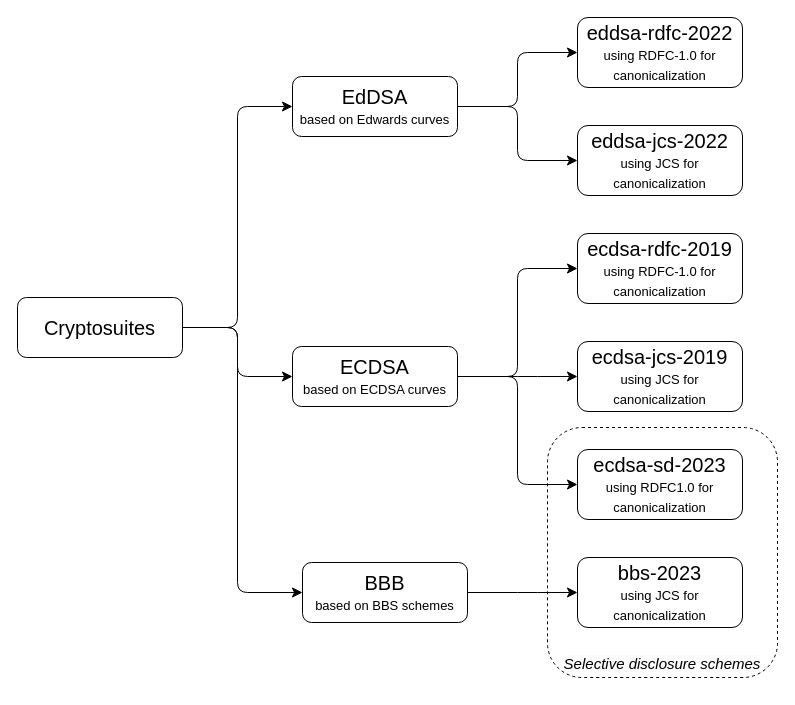
Above: diagrams/cryptosuites.drawio in w3c/vc-overview (draw.io), before the change. Source tidied: cells renumbered, new cells numbered last; positions are measured from the earlier drawing's top-left corner, leaving out a move shared by most shapes. Both pictures are drawn from the tidied source at 100%, with x=0, y=0 at pixel (17, 17).
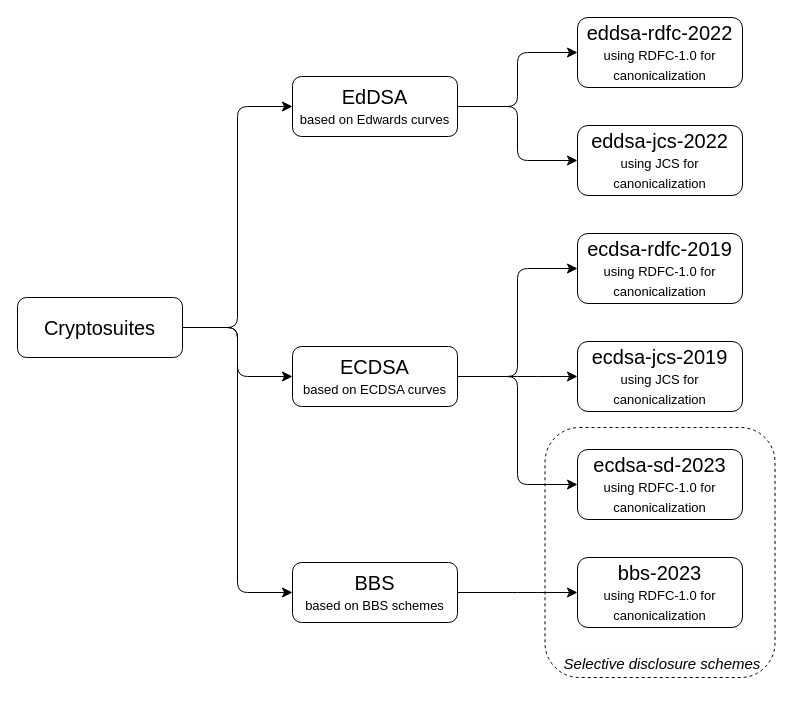
The same page after the edit.

Commit message (it also covers changes not shown here):
Errors in the cryptosuites diagram

What changed in the source:
```diff
@@
+    <mxCell id="22" style="rounded=1;whiteSpace=wrap;html=1;fontSize=16;fillColor=none;dashed=1;labelBackgroundColor=none;" parent="1" vertex="1">
+      <mxGeometry x="527.5" y="410" width="230" height="250" as="geometry" />
+    </mxCell>
@@
-    <mxCell id="6" value="&lt;div&gt;&lt;span style=&quot;background-color: initial; font-size: 20px;&quot;&gt;BBB&lt;/span&gt;&lt;/div&gt;&lt;div&gt;&lt;span style=&quot;background-color: initial; font-size: 13px;&quot;&gt;based on BBS schemes&lt;/span&gt;&lt;/div&gt;" style="rounded=1;whiteSpace=wrap;html=1;fontSize=16;labelBackgroundColor=none;fillColor=none;" parent="1" vertex="1">
-      <mxGeometry x="285" y="545" width="165" height="60" as="geometry" />
+    <mxCell id="6" value="&lt;div&gt;&lt;span style=&quot;background-color: initial; font-size: 20px;&quot;&gt;BBS&lt;/span&gt;&lt;/div&gt;&lt;div&gt;&lt;span style=&quot;background-color: initial; font-size: 13px;&quot;&gt;based on BBS schemes&lt;/span&gt;&lt;/div&gt;" style="rounded=1;whiteSpace=wrap;html=1;fontSize=16;labelBackgroundColor=none;fillColor=none;" parent="1" vertex="1">
+      <mxGeometry x="275" y="545" width="165" height="60" as="geometry" />
     </mxCell>
-    <mxCell id="7" value="&lt;div&gt;&lt;span style=&quot;background-color: initial; font-size: 20px;&quot;&gt;bbs-2023&lt;/span&gt;&lt;/div&gt;&lt;div&gt;&lt;span style=&quot;font-size: 13px; background-color: initial;&quot;&gt;using JCS for canonicalization&lt;/span&gt;&lt;/div&gt;" style="rounded=1;whiteSpace=wrap;html=1;fontSize=16;labelBackgroundColor=none;fillColor=none;flipV=1;" parent="1" vertex="1">
+    <mxCell id="7" value="&lt;div&gt;&lt;span style=&quot;background-color: initial; font-size: 20px;&quot;&gt;bbs-2023&lt;/span&gt;&lt;/div&gt;&lt;div&gt;&lt;span style=&quot;font-size: 13px; background-color: initial;&quot;&gt;using RDFC-1.0 for canonicalization&lt;/span&gt;&lt;/div&gt;" style="rounded=1;whiteSpace=wrap;html=1;fontSize=16;labelBackgroundColor=none;fillColor=none;flipV=1;" parent="1" vertex="1">
       <mxGeometry x="560" y="540" width="165" height="70" as="geometry" />
     </mxCell>
@@
-    <mxCell id="12" value="&lt;div&gt;&lt;span style=&quot;background-color: initial; font-size: 20px;&quot;&gt;ecdsa-sd-2023&lt;/span&gt;&lt;/div&gt;&lt;div&gt;&lt;span style=&quot;font-size: 13px; background-color: initial;&quot;&gt;using RDFC1.0 for canonicalization&lt;/span&gt;&lt;/div&gt;" style="rounded=1;whiteSpace=wrap;html=1;fontSize=16;labelBackgroundColor=none;fillColor=none;flipV=1;" parent="1" vertex="1">
+    <mxCell id="12" value="&lt;div&gt;&lt;span style=&quot;background-color: initial; font-size: 20px;&quot;&gt;ecdsa-sd-2023&lt;/span&gt;&lt;/div&gt;&lt;div&gt;&lt;span style=&quot;font-size: 13px; background-color: initial;&quot;&gt;using RDFC-1.0 for canonicalization&lt;/span&gt;&lt;/div&gt;" style="rounded=1;whiteSpace=wrap;html=1;fontSize=16;labelBackgroundColor=none;fillColor=none;flipV=1;" parent="1" vertex="1">
       <mxGeometry x="560" y="432" width="165" height="70" as="geometry" />
     </mxCell>
@@
-    <mxCell id="22" style="rounded=1;whiteSpace=wrap;html=1;fontSize=16;fillColor=none;dashed=1;labelBackgroundColor=none;" parent="1" vertex="1">
-      <mxGeometry x="530" y="410" width="230" height="250" as="geometry" />
-    </mxCell>
```
